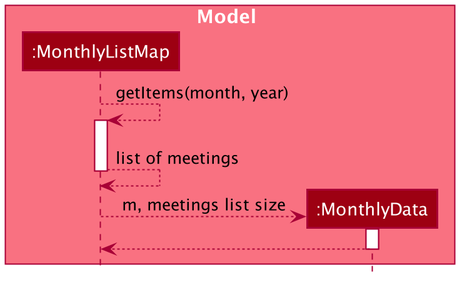
Earlier version of the PlantUML export docs/images/MeetingStatsSequenceDiagram3.png (sebastiantoh/tp). Source of this version:
```plantuml
@startuml








skinparam BackgroundColor #FFFFFFF

skinparam Shadowing false

skinparam Class {
    FontColor #FFFFFF
    BorderThickness 1
    BorderColor #FFFFFF
    StereotypeFontColor #FFFFFF
    FontName Arial
}

skinparam Actor {
    BorderColor #000000
    Color #000000
    FontName Arial
}

skinparam Sequence {
    MessageAlign center
    BoxFontSize 15
    BoxPadding 0
    BoxFontColor #FFFFFF
    FontName Arial
}

skinparam Participant {
    FontColor #FFFFFFF
    Padding 20
}


skinparam ClassAttributeFontColor white
skinparam MinClassWidth 50
skinparam ParticipantPadding 10
skinparam Shadowing false
skinparam DefaultTextAlignment center
skinparam packageStyle Rectangle

hide footbox
hide members
hide circle

box Model #F97181
participant ":MonthlyListMap" as MonthlyListMap #9D0012
participant ":MonthlyData" as MonthlyData #9D0012

end box

box

MonthlyListMap --> MonthlyListMap : getItems(month, year)
activate MonthlyListMap

MonthlyListMap --> MonthlyListMap : list of meetings
deactivate MonthlyListMap
create MonthlyData
MonthlyListMap --> MonthlyData : m, meetings list size
activate MonthlyData
MonthlyData --> MonthlyListMap
deactivate MonthlyData

end box

@enduml
```
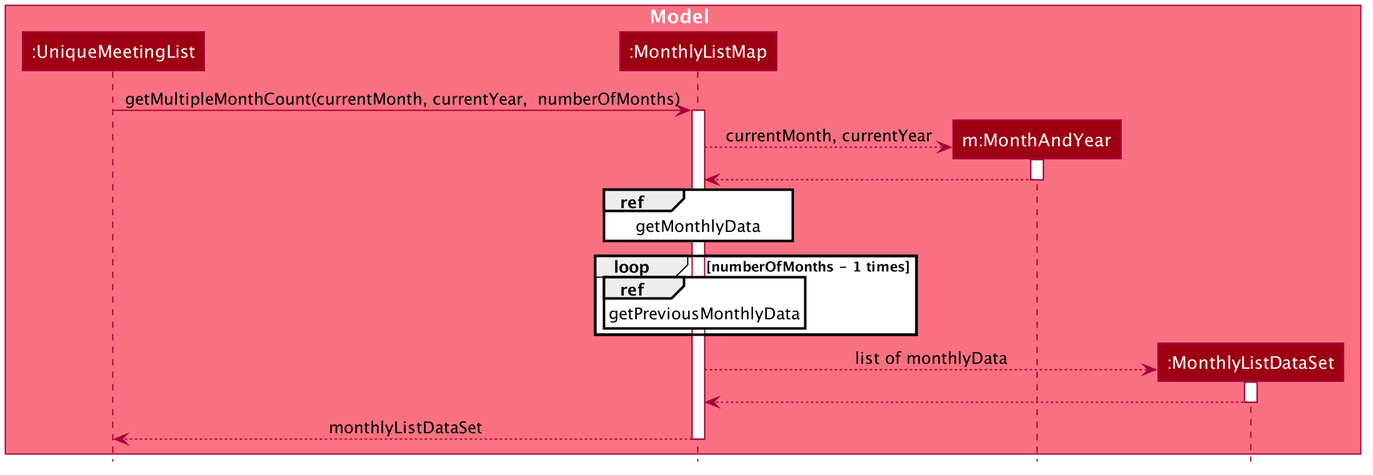
After the commit.

Diff of the diagram source:
```diff
@@ -51,24 +51,43 @@
 hide circle
 
 box Model #F97181
+participant ":UniqueMeetingList" as UniqueMeetingList #9D0012
 participant ":MonthlyListMap" as MonthlyListMap #9D0012
-participant ":MonthlyData" as MonthlyData #9D0012
+participant "m:MonthAndYear" as MonthAndYear #9D0012
+participant ":MonthlyListDataSet" as MonthlyListDataSet #9D0012
 
 end box
 
 box
 
-MonthlyListMap --> MonthlyListMap : getItems(month, year)
+
+
+UniqueMeetingList -> MonthlyListMap : getMultipleMonthCount(currentMonth, currentYear,  numberOfMonths)
 activate MonthlyListMap
 
-MonthlyListMap --> MonthlyListMap : list of meetings
+
+create MonthAndYear
+MonthlyListMap --> MonthAndYear : currentMonth, currentYear
+activate MonthAndYear
+MonthAndYear --> MonthlyListMap
+deactivate MonthAndYear
+
+ref over MonthlyListMap: getMonthlyData
+
+
+
+
+loop numberOfMonths - 1 times
+    ref over MonthlyListMap: getPreviousMonthlyData
+end
+
+create MonthlyListDataSet
+MonthlyListMap --> MonthlyListDataSet : list of monthlyData
+activate MonthlyListDataSet
+MonthlyListDataSet --> MonthlyListMap
+deactivate MonthlyListDataSet
+
+MonthlyListMap --> UniqueMeetingList : monthlyListDataSet
 deactivate MonthlyListMap
-create MonthlyData
-MonthlyListMap --> MonthlyData : m, meetings list size
-activate MonthlyData
-MonthlyData --> MonthlyListMap
-deactivate MonthlyData
-
-end box
 
 @enduml
```
